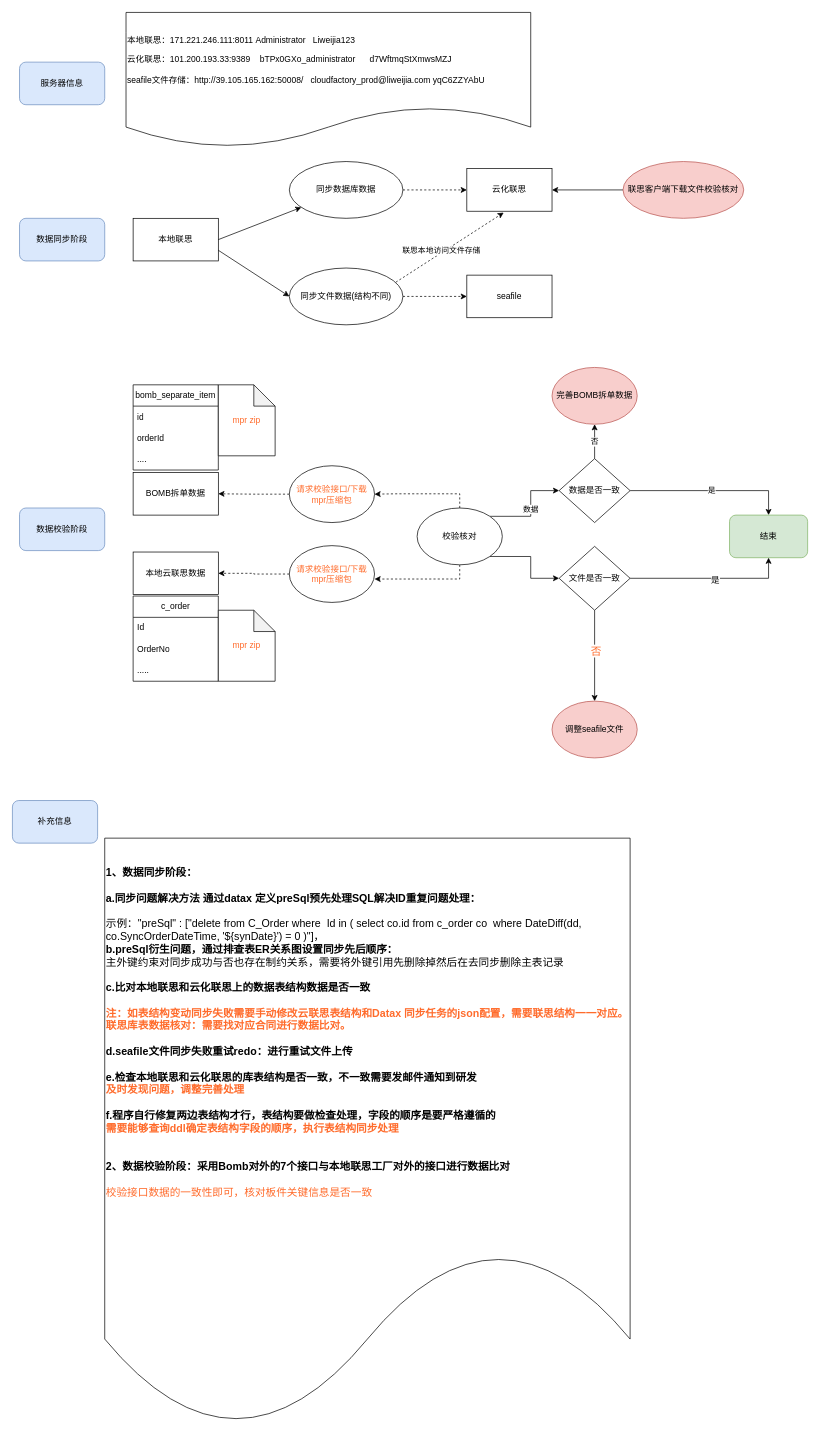
The draw.io diagram page "2023联思数据同步与校验" (3 of 5) of oms相关系统关系.drawio in SunflowersOfJava/boonya-learning-socket, before the edit. Source tidied: cells renumbered, new cells numbered last; positions are measured from the earlier drawing's top-left corner, leaving out a move shared by most shapes. Both pictures are drawn from the tidied source at 71%, with x=0, y=0 at pixel (12, 12).
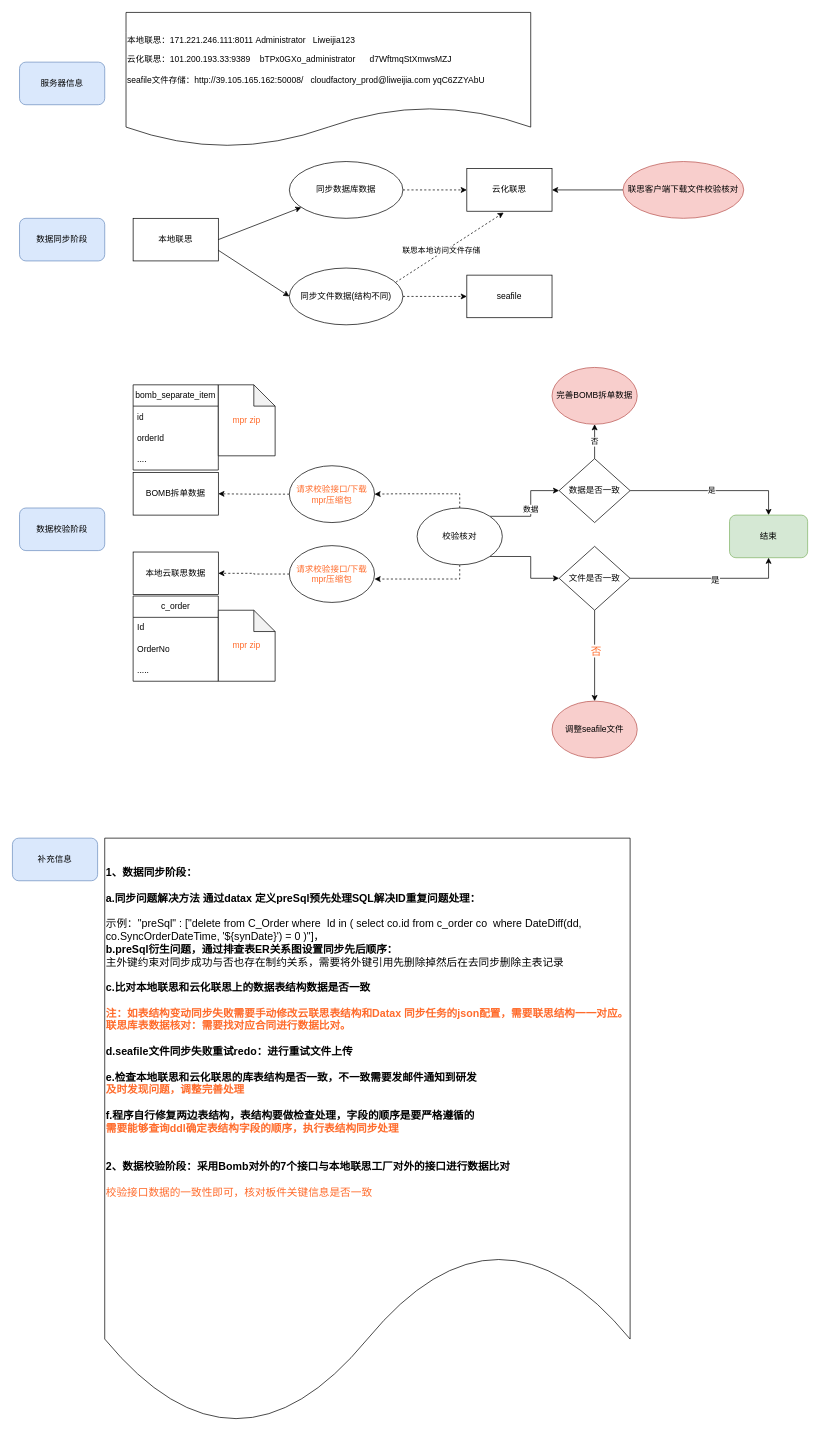
The same diagram, later.

Commit message:
更新oms相关系统关系.drawio

Change to the diagram source:
```diff
@@
-    <mxCell id="34" value="&lt;div style=&quot;font-size: 15px;&quot;&gt;&lt;b style=&quot;font-size: 15px;&quot;&gt;1、数据同步阶段：&lt;/b&gt;&lt;/div&gt;&lt;div style=&quot;font-size: 15px;&quot;&gt;&lt;b style=&quot;font-size: 15px;&quot;&gt;&lt;br style=&quot;font-size: 15px;&quot;&gt;&lt;/b&gt;&lt;/div&gt;&lt;div style=&quot;font-size: 15px;&quot;&gt;&lt;b style=&quot;font-size: 15px;&quot;&gt;a.同步问题解决方法 通过datax 定义preSql预先处理SQL解决ID重复问题处理：&lt;/b&gt;&lt;/div&gt;&lt;br style=&quot;font-size: 15px;&quot;&gt;&lt;div style=&quot;font-size: 15px;&quot;&gt;示例：&quot;preSql&quot; : [&quot;delete from C_Order where&amp;nbsp; Id in ( select co.id from c_order co&amp;nbsp; where DateDiff(dd, co.SyncOrderDateTime, '${synDate}') = 0 )&quot;]，&lt;/div&gt;&lt;div style=&quot;font-size: 15px;&quot;&gt;&lt;b style=&quot;font-size: 15px;&quot;&gt;b.preSql衍生问题，通过排查表ER关系图设置同步先后顺序：&lt;/b&gt;&lt;/div&gt;&lt;div style=&quot;font-size: 15px;&quot;&gt;主外键约束对同步成功与否也存在制约关系，需要将外键引用先删除掉然后在去同步删除主表记录&lt;b style=&quot;font-size: 15px;&quot;&gt;&lt;br style=&quot;font-size: 15px;&quot;&gt;&lt;/b&gt;&lt;/div&gt;&lt;div style=&quot;font-size: 15px;&quot;&gt;&lt;b style=&quot;font-size: 15px;&quot;&gt;&lt;br style=&quot;font-size: 15px;&quot;&gt;&lt;/b&gt;&lt;/div&gt;&lt;div style=&quot;font-size: 15px;&quot;&gt;&lt;b style=&quot;font-size: 15px;&quot;&gt;c.比对本地联思和云化联思上的数据表结构数据是否一致&lt;br style=&quot;font-size: 15px;&quot;&gt;&lt;/b&gt;&lt;/div&gt;&lt;div style=&quot;font-size: 15px;&quot;&gt;&lt;br style=&quot;font-size: 15px;&quot;&gt;&lt;/div&gt;&lt;div style=&quot;font-size: 15px;&quot;&gt;&lt;div style=&quot;font-size: 15px;&quot;&gt;&lt;font style=&quot;font-size: 15px;&quot; color=&quot;#FF6B2B&quot;&gt;&lt;b style=&quot;font-size: 15px;&quot;&gt;注：如表结构变动同步失败需要手动修改云联思表结构和Datax 同步任务的json配置，需要联思结构一一对应。&lt;/b&gt;&lt;/font&gt;&lt;font style=&quot;font-size: 15px;&quot; color=&quot;#FF6B2B&quot;&gt;&lt;b style=&quot;font-size: 15px;&quot;&gt;联思库表数据核对：需要找对应合同进行数据比对。&lt;/b&gt;&lt;/font&gt;&lt;/div&gt;&lt;div style=&quot;font-size: 15px;&quot;&gt;&lt;font style=&quot;font-size: 15px;&quot; color=&quot;#FF6B2B&quot;&gt;&lt;b style=&quot;font-size: 15px;&quot;&gt;&lt;br style=&quot;font-size: 15px;&quot;&gt;&lt;/b&gt;&lt;/font&gt;&lt;/div&gt;&lt;div style=&quot;font-size: 15px;&quot;&gt;&lt;b style=&quot;font-size: 15px;&quot;&gt;d.seafile文件同步失败重试redo：进行重试文件上传&lt;/b&gt;&lt;/div&gt;&lt;div style=&quot;font-size: 15px;&quot;&gt;&lt;b style=&quot;font-size: 15px;&quot;&gt;&lt;br style=&quot;font-size: 15px;&quot;&gt;&lt;/b&gt;&lt;/div&gt;&lt;div style=&quot;font-size: 15px;&quot;&gt;&lt;b style=&quot;font-size: 15px;&quot;&gt;e.检查本地联思和云化联思的库表结构是否一致，不一致需要发邮件通知到研发&lt;br&gt;&lt;/b&gt;&lt;/div&gt;&lt;div style=&quot;font-size: 15px;&quot;&gt;&lt;b style=&quot;font-size: 15px;&quot;&gt;&lt;font color=&quot;#FF6B2B&quot;&gt;及时发现问题，调整完善处理&lt;/font&gt;&lt;br style=&quot;font-size: 15px;&quot;&gt;&lt;/b&gt;&lt;/div&gt;&lt;div style=&quot;font-size: 15px;&quot;&gt;&lt;b style=&quot;font-size: 15px;&quot;&gt;&lt;br style=&quot;font-size: 15px;&quot;&gt;&lt;/b&gt;&lt;/div&gt;&lt;div style=&quot;font-size: 15px;&quot;&gt;&lt;b style=&quot;font-size: 15px;&quot;&gt;f.程序自行修复两边表结构才行，表结构要做检查处理，字段的顺序是要严格遵循的&lt;/b&gt;&lt;/div&gt;&lt;div style=&quot;font-size: 15px;&quot;&gt;&lt;b style=&quot;font-size: 15px;&quot;&gt;&lt;font style=&quot;font-size: 15px;&quot; color=&quot;#FF6B2B&quot;&gt;需要能够查询ddl确定表结构字段的顺序，执行表结构同步处理&lt;/font&gt;&lt;br style=&quot;font-size: 15px;&quot;&gt;&lt;/b&gt;&lt;/div&gt;&lt;br style=&quot;font-size: 15px;&quot;&gt;&lt;/div&gt;&lt;div style=&quot;font-size: 15px;&quot;&gt;&lt;br style=&quot;font-size: 15px;&quot;&gt;&lt;/div&gt;&lt;div style=&quot;font-size: 15px;&quot;&gt;&lt;b style=&quot;font-size: 15px;&quot;&gt;2、数据校验阶段：采用Bomb对外的7个接口与本地联思工厂对外的接口进行数据比对&lt;/b&gt;&lt;/div&gt;&lt;div style=&quot;font-size: 15px;&quot;&gt;&lt;b style=&quot;font-size: 15px;&quot;&gt;&lt;br style=&quot;font-size: 15px;&quot;&gt;&lt;/b&gt;&lt;/div&gt;&lt;div style=&quot;font-size: 15px;&quot;&gt;&lt;font style=&quot;font-size: 15px;&quot; color=&quot;#FF6B2B&quot;&gt;校验接口数据的一致性即可，核对板件关键信息是否一致&lt;/font&gt;&lt;/div&gt;&lt;div style=&quot;font-size: 15px;&quot;&gt;&lt;br style=&quot;font-size: 15px;&quot;&gt;&lt;/div&gt;&lt;div style=&quot;font-size: 15px;&quot;&gt;&lt;br style=&quot;font-size: 15px;&quot;&gt;&lt;/div&gt;" style="shape=document;whiteSpace=wrap;html=1;boundedLbl=1;align=left;fontSize=15;" parent="1" vertex="1">
+    <mxCell id="34" value="&lt;div style=&quot;font-size: 15px;&quot;&gt;&lt;b style=&quot;font-size: 15px;&quot;&gt;1、数据同步阶段：&lt;/b&gt;&lt;/div&gt;&lt;div style=&quot;font-size: 15px;&quot;&gt;&lt;b style=&quot;font-size: 15px;&quot;&gt;&lt;br style=&quot;font-size: 15px;&quot;&gt;&lt;/b&gt;&lt;/div&gt;&lt;div style=&quot;font-size: 15px;&quot;&gt;&lt;b style=&quot;font-size: 15px;&quot;&gt;a.同步问题解决方法 通过datax 定义preSql预先处理SQL解决ID重复问题处理：&lt;/b&gt;&lt;/div&gt;&lt;br style=&quot;font-size: 15px;&quot;&gt;&lt;div style=&quot;font-size: 15px;&quot;&gt;示例：&quot;preSql&quot; : [&quot;delete from C_Order where&amp;nbsp; Id in ( select co.id from c_order co&amp;nbsp; where DateDiff(dd, co.SyncOrderDateTime, '${synDate}') = 0 )&quot;]，&lt;/div&gt;&lt;div style=&quot;font-size: 15px;&quot;&gt;&lt;b style=&quot;font-size: 15px;&quot;&gt;b.preSql衍生问题，通过排查表ER关系图设置同步先后顺序：&lt;/b&gt;&lt;/div&gt;&lt;div style=&quot;font-size: 15px;&quot;&gt;主外键约束对同步成功与否也存在制约关系，需要将外键引用先删除掉然后在去同步删除主表记录&lt;b style=&quot;font-size: 15px;&quot;&gt;&lt;br style=&quot;font-size: 15px;&quot;&gt;&lt;/b&gt;&lt;/div&gt;&lt;div style=&quot;font-size: 15px;&quot;&gt;&lt;b style=&quot;font-size: 15px;&quot;&gt;&lt;br style=&quot;font-size: 15px;&quot;&gt;&lt;/b&gt;&lt;/div&gt;&lt;div style=&quot;font-size: 15px;&quot;&gt;&lt;b style=&quot;font-size: 15px;&quot;&gt;c.比对本地联思和云化联思上的数据表结构数据是否一致&lt;br style=&quot;font-size: 15px;&quot;&gt;&lt;/b&gt;&lt;/div&gt;&lt;div style=&quot;font-size: 15px;&quot;&gt;&lt;br style=&quot;font-size: 15px;&quot;&gt;&lt;/div&gt;&lt;div style=&quot;font-size: 15px;&quot;&gt;&lt;div style=&quot;font-size: 15px;&quot;&gt;&lt;font style=&quot;font-size: 15px;&quot; color=&quot;#FF6B2B&quot;&gt;&lt;b style=&quot;font-size: 15px;&quot;&gt;注：如表结构变动同步失败需要手动修改云联思表结构和Datax 同步任务的json配置，需要联思结构一一对应。&lt;/b&gt;&lt;/font&gt;&lt;font style=&quot;font-size: 15px;&quot; color=&quot;#FF6B2B&quot;&gt;&lt;b style=&quot;font-size: 15px;&quot;&gt;联思库表数据核对：需要找对应合同进行数据比对。&lt;/b&gt;&lt;/font&gt;&lt;/div&gt;&lt;div style=&quot;font-size: 15px;&quot;&gt;&lt;font style=&quot;font-size: 15px;&quot; color=&quot;#FF6B2B&quot;&gt;&lt;b style=&quot;font-size: 15px;&quot;&gt;&lt;br style=&quot;font-size: 15px;&quot;&gt;&lt;/b&gt;&lt;/font&gt;&lt;/div&gt;&lt;div style=&quot;font-size: 15px;&quot;&gt;&lt;b style=&quot;font-size: 15px;&quot;&gt;d.seafile文件同步失败重试redo：进行重试文件上传&lt;/b&gt;&lt;/div&gt;&lt;div style=&quot;font-size: 15px;&quot;&gt;&lt;b style=&quot;font-size: 15px;&quot;&gt;&lt;br style=&quot;font-size: 15px;&quot;&gt;&lt;/b&gt;&lt;/div&gt;&lt;div style=&quot;font-size: 15px;&quot;&gt;&lt;b style=&quot;font-size: 15px;&quot;&gt;e.检查本地联思和云化联思的库表结构是否一致，不一致需要发邮件通知到研发&lt;br&gt;&lt;/b&gt;&lt;/div&gt;&lt;div style=&quot;font-size: 15px;&quot;&gt;&lt;b style=&quot;font-size: 15px;&quot;&gt;&lt;font color=&quot;#FF6B2B&quot;&gt;及时发现问题，调整完善处理&lt;/font&gt;&lt;br style=&quot;font-size: 15px;&quot;&gt;&lt;/b&gt;&lt;/div&gt;&lt;div style=&quot;font-size: 15px;&quot;&gt;&lt;b style=&quot;font-size: 15px;&quot;&gt;&lt;br style=&quot;font-size: 15px;&quot;&gt;&lt;/b&gt;&lt;/div&gt;&lt;div style=&quot;font-size: 15px;&quot;&gt;&lt;b style=&quot;font-size: 15px;&quot;&gt;f.程序自行修复两边表结构，表结构要做检查处理，字段的顺序是要严格遵循的&lt;/b&gt;&lt;/div&gt;&lt;div style=&quot;font-size: 15px;&quot;&gt;&lt;b style=&quot;font-size: 15px;&quot;&gt;&lt;font style=&quot;font-size: 15px;&quot; color=&quot;#FF6B2B&quot;&gt;需要能够查询ddl确定表结构字段的顺序，执行表结构同步处理&lt;/font&gt;&lt;br style=&quot;font-size: 15px;&quot;&gt;&lt;/b&gt;&lt;/div&gt;&lt;br style=&quot;font-size: 15px;&quot;&gt;&lt;/div&gt;&lt;div style=&quot;font-size: 15px;&quot;&gt;&lt;br style=&quot;font-size: 15px;&quot;&gt;&lt;/div&gt;&lt;div style=&quot;font-size: 15px;&quot;&gt;&lt;b style=&quot;font-size: 15px;&quot;&gt;2、数据校验阶段：采用Bomb对外的7个接口与本地联思工厂对外的接口进行数据比对&lt;/b&gt;&lt;/div&gt;&lt;div style=&quot;font-size: 15px;&quot;&gt;&lt;b style=&quot;font-size: 15px;&quot;&gt;&lt;br style=&quot;font-size: 15px;&quot;&gt;&lt;/b&gt;&lt;/div&gt;&lt;div style=&quot;font-size: 15px;&quot;&gt;&lt;font style=&quot;font-size: 15px;&quot; color=&quot;#FF6B2B&quot;&gt;校验接口数据的一致性即可，核对板件关键信息是否一致&lt;/font&gt;&lt;/div&gt;&lt;div style=&quot;font-size: 15px;&quot;&gt;&lt;br style=&quot;font-size: 15px;&quot;&gt;&lt;/div&gt;&lt;div style=&quot;font-size: 15px;&quot;&gt;&lt;br style=&quot;font-size: 15px;&quot;&gt;&lt;/div&gt;" style="shape=document;whiteSpace=wrap;html=1;boundedLbl=1;align=left;fontSize=15;" parent="1" vertex="1">
       <mxGeometry x="130" y="1163" width="740" height="830" as="geometry" />
     </mxCell>
     <mxCell id="35" value="补充信息" style="rounded=1;whiteSpace=wrap;html=1;fillColor=#dae8fc;strokeColor=#6c8ebf;" parent="1" vertex="1">
-      <mxGeometry y="1110" width="120" height="60" as="geometry" />
+      <mxGeometry y="1163" width="120" height="60" as="geometry" />
     </mxCell>
```
